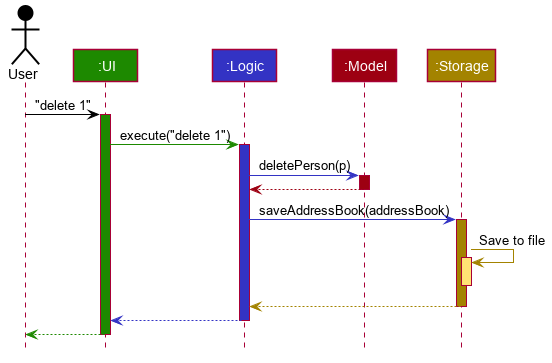
The PlantUML diagram docs/images/ArchitectureSequenceDiagram.png in nus-cs2103-AY1920S2/addressbook-level3, before a commit.
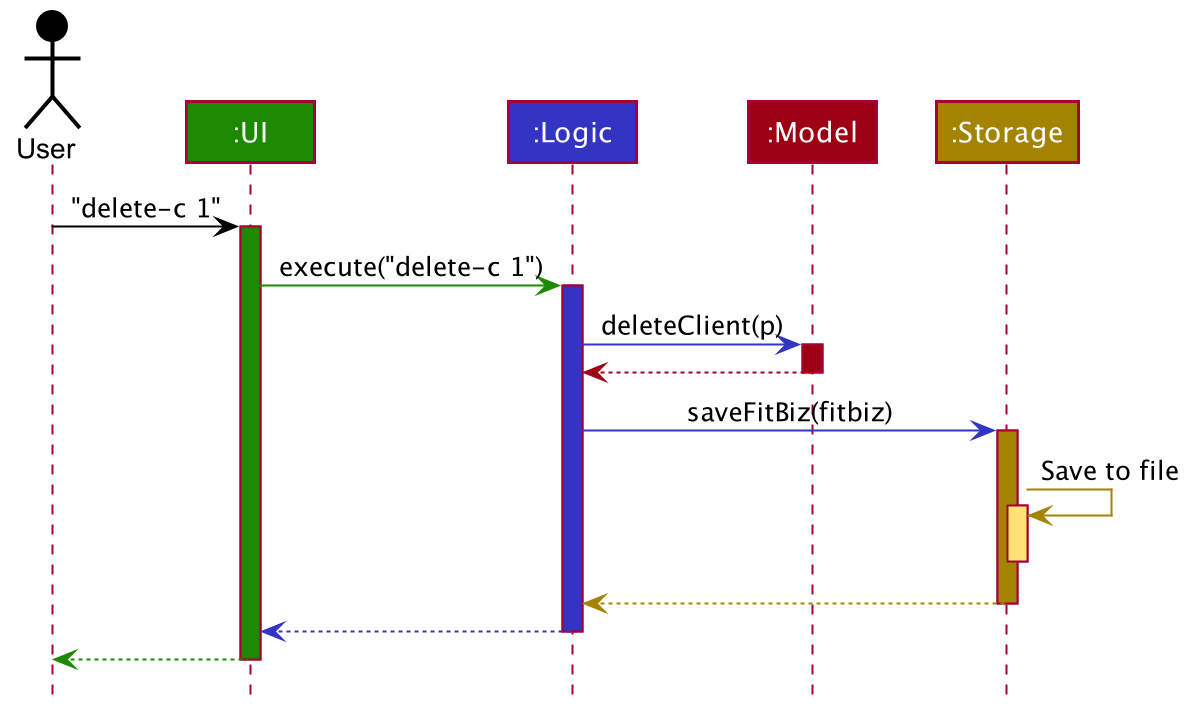
The same file after the commit.

What changed in the source:
```diff
@@ -54,19 +54,19 @@
 Participant ":Model" as model #9D0012
 Participant ":Storage" as storage #A38300
 
-user -[#000000]> ui : "delete 1"
+user -[#000000]> ui : "delete-c 1"
 activate ui #1D8900
 
-ui -[#1D8900]> logic : execute("delete 1")
+ui -[#1D8900]> logic : execute("delete-c 1")
 activate logic #3333C4
 
-logic -[#3333C4]> model : deletePerson(p)
+logic -[#3333C4]> model : deleteClient(p)
 activate model #9D0012
 
 model -[#9D0012]-> logic
 deactivate model
 
-logic -[#3333C4]> storage : saveAddressBook(addressBook)
+logic -[#3333C4]> storage : saveFitBiz(fitbiz)
 activate storage #A38300
 
 storage -[#A38300]> storage : Save to file
```
